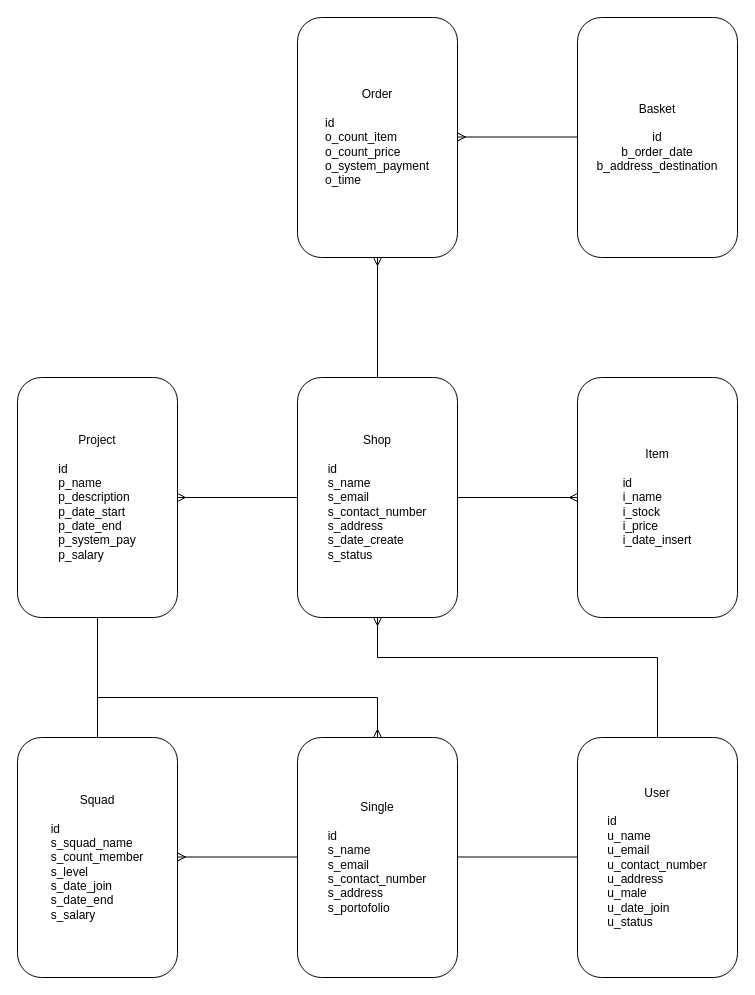
Above: page "ERD" (1 of 2) of project_01_erd/Build DIY.drawio in prakas-asus/Java-Spring-Boot (draw.io), before the change. Source tidied: cells renumbered, new cells numbered last; positions are measured from the earlier drawing's top-left corner, leaving out a move shared by most shapes. Both pictures are drawn from the tidied source at 100%, with x=0, y=0 at pixel (17, 17).
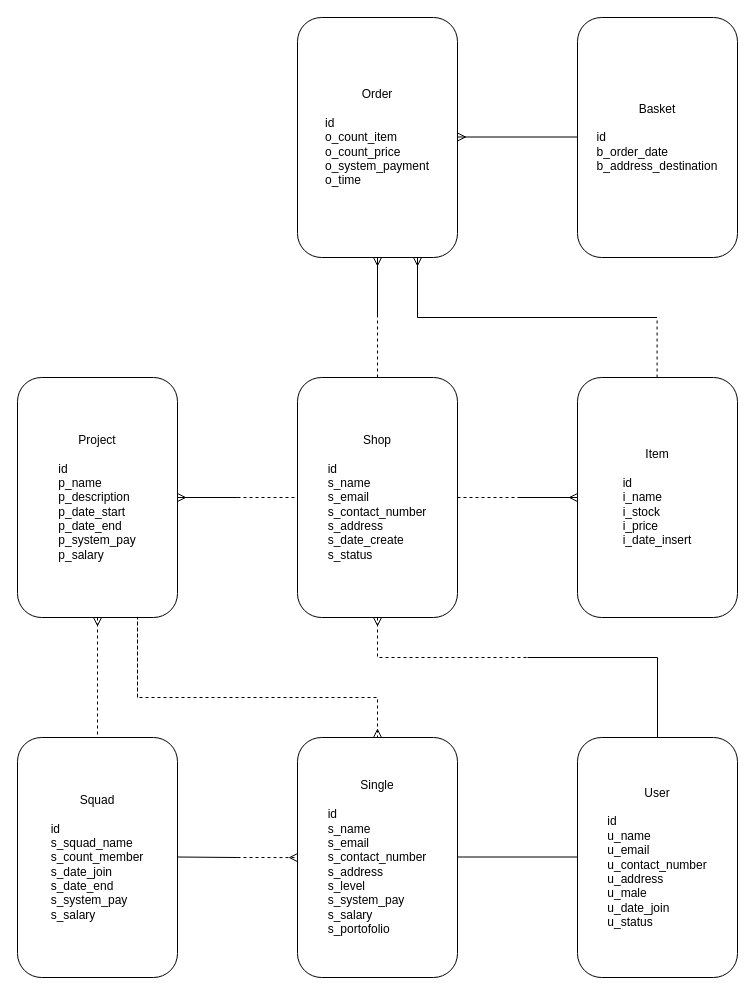
After the change.

Commit message (it also covers changes not shown here):
update ERD dan Tabel

The change refers to these unchanged cells:
```xml
<mxCell id="2" value="Shop&lt;br&gt;&lt;div style=&quot;text-align: left;&quot;&gt;&lt;span style=&quot;background-color: initial;&quot;&gt;&lt;br&gt;&lt;/span&gt;&lt;/div&gt;&lt;div style=&quot;text-align: left;&quot;&gt;&lt;span style=&quot;background-color: initial;&quot;&gt;id&lt;/span&gt;&lt;/div&gt;&lt;div style=&quot;text-align: left;&quot;&gt;&lt;span style=&quot;background-color: initial;&quot;&gt;s_name&lt;/span&gt;&lt;/div&gt;&lt;div style=&quot;text-align: left;&quot;&gt;&lt;span style=&quot;background-color: initial;&quot;&gt;s_email&lt;/span&gt;&lt;/div&gt;&lt;div style=&quot;text-align: left;&quot;&gt;&lt;span style=&quot;background-color: initial;&quot;&gt;s_contact_number&lt;/span&gt;&lt;/div&gt;&lt;div style=&quot;text-align: left;&quot;&gt;&lt;span style=&quot;background-color: initial;&quot;&gt;s_address&lt;/span&gt;&lt;/div&gt;&lt;div style=&quot;text-align: left;&quot;&gt;&lt;span style=&quot;background-color: initial;&quot;&gt;s_date_create&lt;/span&gt;&lt;/div&gt;&lt;div style=&quot;text-align: left;&quot;&gt;&lt;span style=&quot;background-color: initial;&quot;&gt;s_status&lt;/span&gt;&lt;/div&gt;" style="rounded=1;whiteSpace=wrap;html=1;" parent="1" vertex="1">
  <mxGeometry x="280" y="360" width="160" height="240" as="geometry" />
</mxCell>
<mxCell id="3" value="Project&lt;br&gt;&lt;br&gt;&lt;div style=&quot;text-align: left;&quot;&gt;&lt;span style=&quot;background-color: initial;&quot;&gt;id&lt;/span&gt;&lt;/div&gt;&lt;div style=&quot;text-align: left;&quot;&gt;&lt;span style=&quot;background-color: initial;&quot;&gt;p_name&lt;/span&gt;&lt;/div&gt;&lt;div style=&quot;text-align: left;&quot;&gt;&lt;span style=&quot;background-color: initial;&quot;&gt;p_description&lt;/span&gt;&lt;/div&gt;&lt;div style=&quot;text-align: left;&quot;&gt;&lt;span style=&quot;background-color: initial;&quot;&gt;p_date_start&lt;/span&gt;&lt;/div&gt;&lt;div style=&quot;text-align: left;&quot;&gt;&lt;span style=&quot;background-color: initial;&quot;&gt;p_date_end&lt;/span&gt;&lt;/div&gt;&lt;div style=&quot;text-align: left;&quot;&gt;&lt;span style=&quot;background-color: initial;&quot;&gt;p_system_pay&lt;/span&gt;&lt;/div&gt;&lt;div style=&quot;text-align: left;&quot;&gt;&lt;span style=&quot;background-color: initial;&quot;&gt;p_salary&lt;/span&gt;&lt;/div&gt;" style="rounded=1;whiteSpace=wrap;html=1;" parent="1" vertex="1">
  <mxGeometry y="360" width="160" height="240" as="geometry" />
</mxCell>
<mxCell id="6" value="User&lt;br&gt;&lt;br&gt;&lt;div style=&quot;text-align: left;&quot;&gt;&lt;span style=&quot;background-color: initial;&quot;&gt;id&lt;/span&gt;&lt;/div&gt;&lt;div style=&quot;text-align: left;&quot;&gt;&lt;span style=&quot;background-color: initial;&quot;&gt;u_name&lt;/span&gt;&lt;/div&gt;&lt;div style=&quot;text-align: left;&quot;&gt;&lt;span style=&quot;background-color: initial;&quot;&gt;u_email&lt;/span&gt;&lt;/div&gt;&lt;div style=&quot;text-align: left;&quot;&gt;&lt;span style=&quot;background-color: initial;&quot;&gt;u_contact_number&lt;/span&gt;&lt;/div&gt;&lt;div style=&quot;text-align: left;&quot;&gt;&lt;span style=&quot;background-color: initial;&quot;&gt;u_address&lt;/span&gt;&lt;/div&gt;&lt;div style=&quot;text-align: left;&quot;&gt;&lt;span style=&quot;background-color: initial;&quot;&gt;u_male&lt;/span&gt;&lt;/div&gt;&lt;div style=&quot;text-align: left;&quot;&gt;&lt;span style=&quot;background-color: initial;&quot;&gt;u_date_join&lt;/span&gt;&lt;/div&gt;&lt;div style=&quot;text-align: left;&quot;&gt;&lt;span style=&quot;background-color: initial;&quot;&gt;u_status&lt;/span&gt;&lt;/div&gt;" style="rounded=1;whiteSpace=wrap;html=1;" parent="1" vertex="1">
  <mxGeometry x="560" y="720" width="160" height="240" as="geometry" />
</mxCell>
<mxCell id="7" value="Item&lt;br&gt;&lt;br&gt;&lt;div style=&quot;text-align: left;&quot;&gt;&lt;span style=&quot;background-color: initial;&quot;&gt;id&lt;/span&gt;&lt;/div&gt;&lt;div style=&quot;text-align: left;&quot;&gt;&lt;span style=&quot;background-color: initial;&quot;&gt;i_name&lt;/span&gt;&lt;/div&gt;&lt;div style=&quot;text-align: left;&quot;&gt;&lt;span style=&quot;background-color: initial;&quot;&gt;i_stock&lt;/span&gt;&lt;/div&gt;&lt;div style=&quot;text-align: left;&quot;&gt;&lt;span style=&quot;background-color: initial;&quot;&gt;i_price&lt;/span&gt;&lt;/div&gt;&lt;div style=&quot;text-align: left;&quot;&gt;&lt;span style=&quot;background-color: initial;&quot;&gt;i_date_insert&lt;/span&gt;&lt;/div&gt;" style="rounded=1;whiteSpace=wrap;html=1;" parent="1" vertex="1">
  <mxGeometry x="560" y="360" width="160" height="240" as="geometry" />
</mxCell>
<mxCell id="8" value="Order&lt;br&gt;&lt;br&gt;&lt;div style=&quot;text-align: left;&quot;&gt;&lt;span style=&quot;background-color: initial;&quot;&gt;id&lt;/span&gt;&lt;/div&gt;&lt;div style=&quot;text-align: left;&quot;&gt;&lt;span style=&quot;background-color: initial;&quot;&gt;o_count_item&lt;/span&gt;&lt;/div&gt;&lt;div style=&quot;text-align: left;&quot;&gt;&lt;span style=&quot;background-color: initial;&quot;&gt;o_count_price&lt;/span&gt;&lt;/div&gt;&lt;div style=&quot;text-align: left;&quot;&gt;&lt;span style=&quot;background-color: initial;&quot;&gt;o_system_payment&lt;/span&gt;&lt;/div&gt;&lt;div style=&quot;text-align: left;&quot;&gt;&lt;span style=&quot;background-color: initial;&quot;&gt;o_time&lt;/span&gt;&lt;/div&gt;" style="rounded=1;whiteSpace=wrap;html=1;" parent="1" vertex="1">
  <mxGeometry x="280" width="160" height="240" as="geometry" />
</mxCell>
```

Change to the diagram source:
```diff
@@
-    <mxCell id="4" value="Squad&lt;br&gt;&lt;br&gt;&lt;div style=&quot;text-align: left;&quot;&gt;&lt;span style=&quot;background-color: initial;&quot;&gt;id&lt;/span&gt;&lt;/div&gt;&lt;div style=&quot;text-align: left;&quot;&gt;&lt;span style=&quot;background-color: initial;&quot;&gt;s_squad_name&lt;/span&gt;&lt;/div&gt;&lt;div style=&quot;text-align: left;&quot;&gt;&lt;span style=&quot;background-color: initial;&quot;&gt;s_count_member&lt;/span&gt;&lt;/div&gt;&lt;div style=&quot;text-align: left;&quot;&gt;&lt;span style=&quot;background-color: initial;&quot;&gt;s_level&lt;/span&gt;&lt;/div&gt;&lt;div style=&quot;text-align: left;&quot;&gt;&lt;span style=&quot;background-color: initial;&quot;&gt;s_date_join&lt;/span&gt;&lt;/div&gt;&lt;div style=&quot;text-align: left;&quot;&gt;&lt;span style=&quot;background-color: initial;&quot;&gt;s_date_end&lt;/span&gt;&lt;/div&gt;&lt;div style=&quot;text-align: left;&quot;&gt;&lt;span style=&quot;background-color: initial;&quot;&gt;s_salary&lt;/span&gt;&lt;/div&gt;" style="rounded=1;whiteSpace=wrap;html=1;" parent="1" vertex="1">
+    <mxCell id="4" value="Squad&lt;br&gt;&lt;br&gt;&lt;div style=&quot;text-align: left;&quot;&gt;&lt;span style=&quot;background-color: initial;&quot;&gt;id&lt;/span&gt;&lt;/div&gt;&lt;div style=&quot;text-align: left;&quot;&gt;&lt;span style=&quot;background-color: initial;&quot;&gt;s_squad_name&lt;/span&gt;&lt;/div&gt;&lt;div style=&quot;text-align: left;&quot;&gt;&lt;span style=&quot;background-color: initial;&quot;&gt;s_count_member&lt;/span&gt;&lt;/div&gt;&lt;div style=&quot;text-align: left;&quot;&gt;&lt;span style=&quot;background-color: initial;&quot;&gt;s_date_join&lt;/span&gt;&lt;/div&gt;&lt;div style=&quot;text-align: left;&quot;&gt;&lt;span style=&quot;background-color: initial;&quot;&gt;s_date_end&lt;/span&gt;&lt;/div&gt;&lt;div style=&quot;text-align: left;&quot;&gt;&lt;div&gt;&lt;span style=&quot;background-color: initial;&quot;&gt;s_system_pay&lt;/span&gt;&lt;/div&gt;&lt;/div&gt;&lt;div style=&quot;text-align: left;&quot;&gt;&lt;span style=&quot;background-color: initial;&quot;&gt;s_salary&lt;/span&gt;&lt;/div&gt;" style="rounded=1;whiteSpace=wrap;html=1;" parent="1" vertex="1">
       <mxGeometry y="720" width="160" height="240" as="geometry" />
     </mxCell>
-    <mxCell id="5" value="Single&lt;br&gt;&lt;br&gt;&lt;div style=&quot;text-align: left;&quot;&gt;&lt;span style=&quot;background-color: initial;&quot;&gt;id&lt;/span&gt;&lt;/div&gt;&lt;div style=&quot;text-align: left;&quot;&gt;&lt;span style=&quot;background-color: initial;&quot;&gt;s_name&lt;/span&gt;&lt;/div&gt;&lt;div style=&quot;text-align: left;&quot;&gt;&lt;span style=&quot;background-color: initial;&quot;&gt;s_email&lt;/span&gt;&lt;/div&gt;&lt;div style=&quot;text-align: left;&quot;&gt;&lt;span style=&quot;background-color: initial;&quot;&gt;s_contact_number&lt;/span&gt;&lt;/div&gt;&lt;div style=&quot;text-align: left;&quot;&gt;&lt;span style=&quot;background-color: initial;&quot;&gt;s_address&lt;/span&gt;&lt;/div&gt;&lt;div style=&quot;text-align: left;&quot;&gt;&lt;span style=&quot;background-color: initial;&quot;&gt;s_portofolio&lt;/span&gt;&lt;/div&gt;" style="rounded=1;whiteSpace=wrap;html=1;" parent="1" vertex="1">
+    <mxCell id="5" value="Single&lt;br&gt;&lt;br&gt;&lt;div style=&quot;text-align: left;&quot;&gt;&lt;span style=&quot;background-color: initial;&quot;&gt;id&lt;/span&gt;&lt;/div&gt;&lt;div style=&quot;text-align: left;&quot;&gt;&lt;span style=&quot;background-color: initial;&quot;&gt;s_name&lt;/span&gt;&lt;/div&gt;&lt;div style=&quot;text-align: left;&quot;&gt;&lt;span style=&quot;background-color: initial;&quot;&gt;s_email&lt;/span&gt;&lt;/div&gt;&lt;div style=&quot;text-align: left;&quot;&gt;&lt;span style=&quot;background-color: initial;&quot;&gt;s_contact_number&lt;/span&gt;&lt;/div&gt;&lt;div style=&quot;text-align: left;&quot;&gt;&lt;span style=&quot;background-color: initial;&quot;&gt;s_address&lt;/span&gt;&lt;/div&gt;&lt;div style=&quot;text-align: left;&quot;&gt;s_level&lt;span style=&quot;background-color: initial;&quot;&gt;&lt;br&gt;&lt;/span&gt;&lt;/div&gt;&lt;div style=&quot;text-align: left;&quot;&gt;&lt;div&gt;&lt;span style=&quot;background-color: initial;&quot;&gt;s_system_pay&lt;/span&gt;&lt;/div&gt;&lt;div&gt;&lt;span style=&quot;background-color: initial;&quot;&gt;s_salary&lt;/span&gt;&lt;/div&gt;&lt;/div&gt;&lt;div style=&quot;text-align: left;&quot;&gt;&lt;span style=&quot;background-color: initial;&quot;&gt;s_portofolio&lt;/span&gt;&lt;/div&gt;" style="rounded=1;whiteSpace=wrap;html=1;" parent="1" vertex="1">
       <mxGeometry x="280" y="720" width="160" height="240" as="geometry" />
     </mxCell>
@@
-    <mxCell id="9" style="endArrow=none;html=1;rounded=0;exitX=1;exitY=0.5;exitDx=0;exitDy=0;entryX=0;entryY=0.5;entryDx=0;entryDy=0;endFill=0;startArrow=ERmany;startFill=0;" parent="1" edge="1" source="3" target="2">
-      <mxGeometry relative="1" as="geometry" />
+    <mxCell id="9" style="endArrow=none;html=1;rounded=0;exitX=1;exitY=0.5;exitDx=0;exitDy=0;endFill=0;startArrow=ERmany;startFill=0;" parent="1" edge="1" source="3">
+      <mxGeometry relative="1" as="geometry">
+        <mxPoint x="220" y="480" as="targetPoint" />
+      </mxGeometry>
     </mxCell>
-    <mxCell id="10" style="endArrow=ERmany;html=1;rounded=0;entryX=0.5;entryY=1;entryDx=0;entryDy=0;exitX=0.5;exitY=0;exitDx=0;exitDy=0;endFill=0;" parent="1" edge="1" source="2" target="8">
-      <mxGeometry relative="1" as="geometry" />
+    <mxCell id="10" style="endArrow=ERmany;html=1;rounded=0;entryX=0.5;entryY=1;entryDx=0;entryDy=0;endFill=0;" parent="1" edge="1" target="8">
+      <mxGeometry relative="1" as="geometry">
+        <mxPoint x="360" y="300" as="sourcePoint" />
+      </mxGeometry>
     </mxCell>
-    <mxCell id="11" style="endArrow=ERmany;html=1;rounded=0;entryX=0;entryY=0.5;entryDx=0;entryDy=0;exitX=1;exitY=0.5;exitDx=0;exitDy=0;endFill=0;" parent="1" edge="1" source="2" target="7">
-      <mxGeometry relative="1" as="geometry" />
+    <mxCell id="11" style="endArrow=ERmany;html=1;rounded=0;entryX=0;entryY=0.5;entryDx=0;entryDy=0;endFill=0;" parent="1" edge="1" target="7">
+      <mxGeometry relative="1" as="geometry">
+        <mxPoint x="500" y="480" as="sourcePoint" />
+      </mxGeometry>
     </mxCell>
-    <mxCell id="12" style="endArrow=none;html=1;rounded=0;exitX=0.5;exitY=1;exitDx=0;exitDy=0;entryX=0.5;entryY=0;entryDx=0;entryDy=0;" parent="1" edge="1" source="3" target="4">
+    <mxCell id="12" style="endArrow=none;html=1;rounded=0;exitX=0.5;exitY=1;exitDx=0;exitDy=0;entryX=0.5;entryY=0;entryDx=0;entryDy=0;endFill=0;dashed=1;startArrow=ERmany;startFill=0;" parent="1" edge="1" source="3" target="4">
       <mxGeometry relative="1" as="geometry" />
     </mxCell>
-    <mxCell id="13" style="endArrow=ERmany;html=1;rounded=0;exitX=0.5;exitY=1;exitDx=0;exitDy=0;entryX=0.5;entryY=0;entryDx=0;entryDy=0;endFill=0;" parent="1" edge="1" source="3" target="5">
+    <mxCell id="13" style="endArrow=ERmany;html=1;rounded=0;entryX=0.5;entryY=0;entryDx=0;entryDy=0;endFill=0;dashed=1;" parent="1" edge="1" target="5">
       <mxGeometry relative="1" as="geometry">
+        <mxPoint x="120" y="680" as="sourcePoint" />
         <Array as="points">
-          <mxPoint x="80" y="680" />
+          <mxPoint x="120" y="600" />
+          <mxPoint x="120" y="680" />
           <mxPoint x="360" y="680" />
         </Array>
       </mxGeometry>
     </mxCell>
-    <mxCell id="14" style="endArrow=none;html=1;rounded=0;exitX=0.5;exitY=1;exitDx=0;exitDy=0;entryX=0.5;entryY=0;entryDx=0;entryDy=0;startArrow=ERmany;startFill=0;" parent="1" edge="1" source="2" target="6">
+    <mxCell id="14" style="endArrow=none;html=1;rounded=0;exitX=0.5;exitY=1;exitDx=0;exitDy=0;startArrow=ERmany;startFill=0;dashed=1;" parent="1" edge="1" source="2">
       <mxGeometry relative="1" as="geometry">
+        <mxPoint x="510" y="640" as="targetPoint" />
         <Array as="points">
           <mxPoint x="360" y="640" />
-          <mxPoint x="640" y="640" />
+          <mxPoint x="510" y="640" />
         </Array>
       </mxGeometry>
     </mxCell>
@@
-    <mxCell id="16" value="Basket&lt;br&gt;&lt;br&gt;id&lt;br&gt;b_order_date&lt;br&gt;b_address_destination" style="rounded=1;whiteSpace=wrap;html=1;" parent="1" vertex="1">
+    <mxCell id="16" value="Basket&lt;br&gt;&lt;br&gt;&lt;div style=&quot;text-align: left;&quot;&gt;&lt;span style=&quot;background-color: initial;&quot;&gt;id&lt;/span&gt;&lt;/div&gt;&lt;div style=&quot;text-align: left;&quot;&gt;&lt;span style=&quot;background-color: initial;&quot;&gt;b_order_date&lt;/span&gt;&lt;/div&gt;&lt;div style=&quot;text-align: left;&quot;&gt;&lt;span style=&quot;background-color: initial;&quot;&gt;b_address_destination&lt;/span&gt;&lt;/div&gt;" style="rounded=1;whiteSpace=wrap;html=1;" parent="1" vertex="1">
       <mxGeometry x="560" width="160" height="240" as="geometry" />
     </mxCell>
@@
-    <mxCell id="18" style="endArrow=none;html=1;rounded=0;entryX=0;entryY=0.5;entryDx=0;entryDy=0;exitX=1;exitY=0.5;exitDx=0;exitDy=0;startArrow=ERmany;startFill=0;" parent="1" edge="1">
+    <mxCell id="18" style="endArrow=none;html=1;rounded=0;exitX=1;exitY=0.5;exitDx=0;exitDy=0;startArrow=none;startFill=0;" parent="1" edge="1">
       <mxGeometry relative="1" as="geometry">
         <mxPoint x="160" y="839.5" as="sourcePoint" />
-        <mxPoint x="280" y="839.5" as="targetPoint" />
+        <mxPoint x="220" y="840" as="targetPoint" />
       </mxGeometry>
     </mxCell>
+    <mxCell id="19" style="endArrow=none;html=1;rounded=0;exitX=0.5;exitY=0;exitDx=0;exitDy=0;dashed=1;" parent="1" edge="1" source="2">
+      <mxGeometry relative="1" as="geometry">
+        <mxPoint x="360" y="300" as="targetPoint" />
+      </mxGeometry>
+    </mxCell>
+    <mxCell id="20" style="endArrow=none;html=1;rounded=0;exitX=1;exitY=0.5;exitDx=0;exitDy=0;dashed=1;" parent="1" edge="1" source="2">
+      <mxGeometry relative="1" as="geometry">
+        <mxPoint x="500" y="480" as="targetPoint" />
+      </mxGeometry>
+    </mxCell>
+    <mxCell id="21" style="endArrow=none;html=1;rounded=0;dashed=1;entryX=0;entryY=0.5;entryDx=0;entryDy=0;" parent="1" edge="1" target="2">
+      <mxGeometry relative="1" as="geometry">
+        <mxPoint x="220" y="480" as="sourcePoint" />
+      </mxGeometry>
+    </mxCell>
+    <mxCell id="22" style="endArrow=none;html=1;rounded=0;entryX=0.5;entryY=0;entryDx=0;entryDy=0;startArrow=none;startFill=0;" parent="1" edge="1" target="6">
+      <mxGeometry relative="1" as="geometry">
+        <mxPoint x="510" y="640" as="sourcePoint" />
+        <Array as="points">
+          <mxPoint x="640" y="640" />
+        </Array>
+      </mxGeometry>
+    </mxCell>
+    <mxCell id="23" style="endArrow=ERmany;html=1;rounded=0;startArrow=none;startFill=0;dashed=1;endFill=0;" parent="1" edge="1">
+      <mxGeometry relative="1" as="geometry">
+        <mxPoint x="220" y="840" as="sourcePoint" />
+        <mxPoint x="280" y="840.1" as="targetPoint" />
+      </mxGeometry>
+    </mxCell>
+    <mxCell id="24" style="endArrow=none;html=1;rounded=0;exitX=0.5;exitY=0;exitDx=0;exitDy=0;dashed=1;" parent="1" edge="1">
+      <mxGeometry relative="1" as="geometry">
+        <mxPoint x="639.6" y="360" as="sourcePoint" />
+        <mxPoint x="639.6" y="300" as="targetPoint" />
+      </mxGeometry>
+    </mxCell>
+    <mxCell id="25" style="endArrow=ERmany;html=1;rounded=0;entryX=0.75;entryY=1;entryDx=0;entryDy=0;endFill=0;" parent="1" edge="1" target="8">
+      <mxGeometry relative="1" as="geometry">
+        <mxPoint x="639.6" y="300" as="sourcePoint" />
+        <Array as="points">
+          <mxPoint x="400" y="300" />
+        </Array>
+      </mxGeometry>
+    </mxCell>
```
